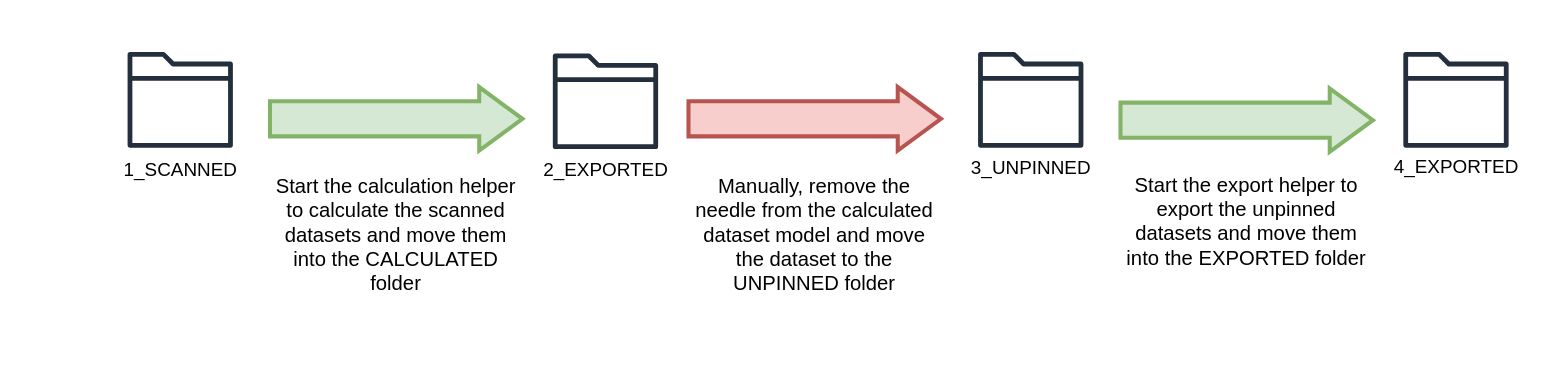
Above: docs/Folders.drawio in ETHEntColl/Metashape_Helper (draw.io), before the change. Source tidied: cells renumbered, new cells numbered last; positions are measured from the earlier drawing's top-left corner, leaving out a move shared by most shapes. Both pictures are drawn from the tidied source at 135%, with x=0, y=0 at pixel (105, 51).
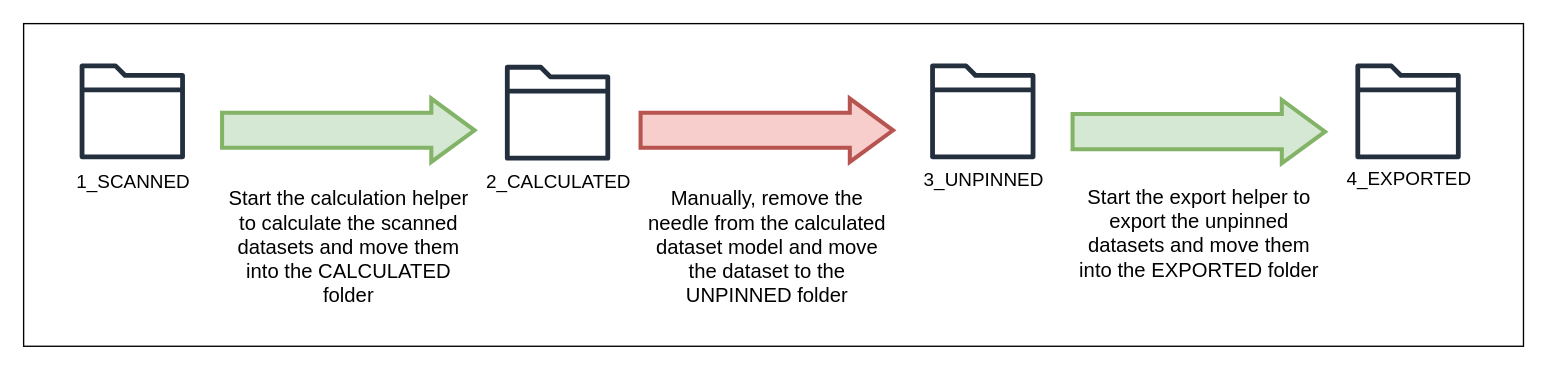
The same page after the edit.

The edit, as a diff of the source:
```diff
@@
+    <mxCell id="21" style="group;" parent="1" vertex="1">
+      <mxGeometry x="-61" y="-21" width="1111" height="239" as="geometry" />
+    </mxCell>
+    <mxCell id="22" style="rounded=0;whiteSpace=wrap;html=1;" parent="21" vertex="1">
+      <mxGeometry width="1111" height="239" as="geometry" />
+    </mxCell>
-    <mxCell id="2" style="group;" parent="1" vertex="1">
-      <mxGeometry width="1060" height="180" as="geometry" />
+    <mxCell id="2" style="group;" parent="21" vertex="1">
+      <mxGeometry x="25.5" y="29.5" width="1060" height="180" as="geometry" />
     </mxCell>
@@
     <mxCell id="8" style="group;" parent="2" vertex="1">
-      <mxGeometry x="310" y="1" width="120" height="101" as="geometry" />
+      <mxGeometry x="310" y="1" width="123" height="101" as="geometry" />
     </mxCell>
@@
-    <mxCell id="10" value="2_EXPORTED" style="text;html=1;align=center;verticalAlign=middle;strokeColor=none;fillColor=none;fontSize=14;" parent="8" vertex="1">
-      <mxGeometry y="71" width="120" height="30" as="geometry" />
+    <mxCell id="10" value="&lt;div&gt;2_CALCULATED&lt;/div&gt;" style="text;html=1;align=center;verticalAlign=middle;strokeColor=none;fillColor=none;fontSize=14;" parent="8" vertex="1">
+      <mxGeometry x="-2" y="72" width="125" height="29" as="geometry" />
     </mxCell>
```
